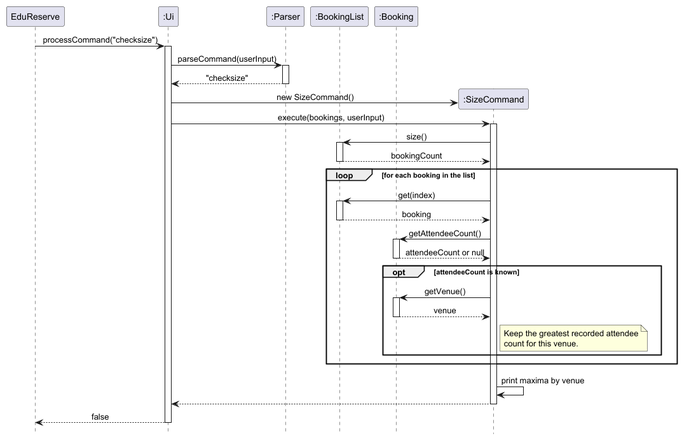
This is docs/UMLDiagrams/CheckSizeSequenceDiagram.png from AY2627S1-CS2113-W14-2/tp, a PlantUML export, as it was before one commit.
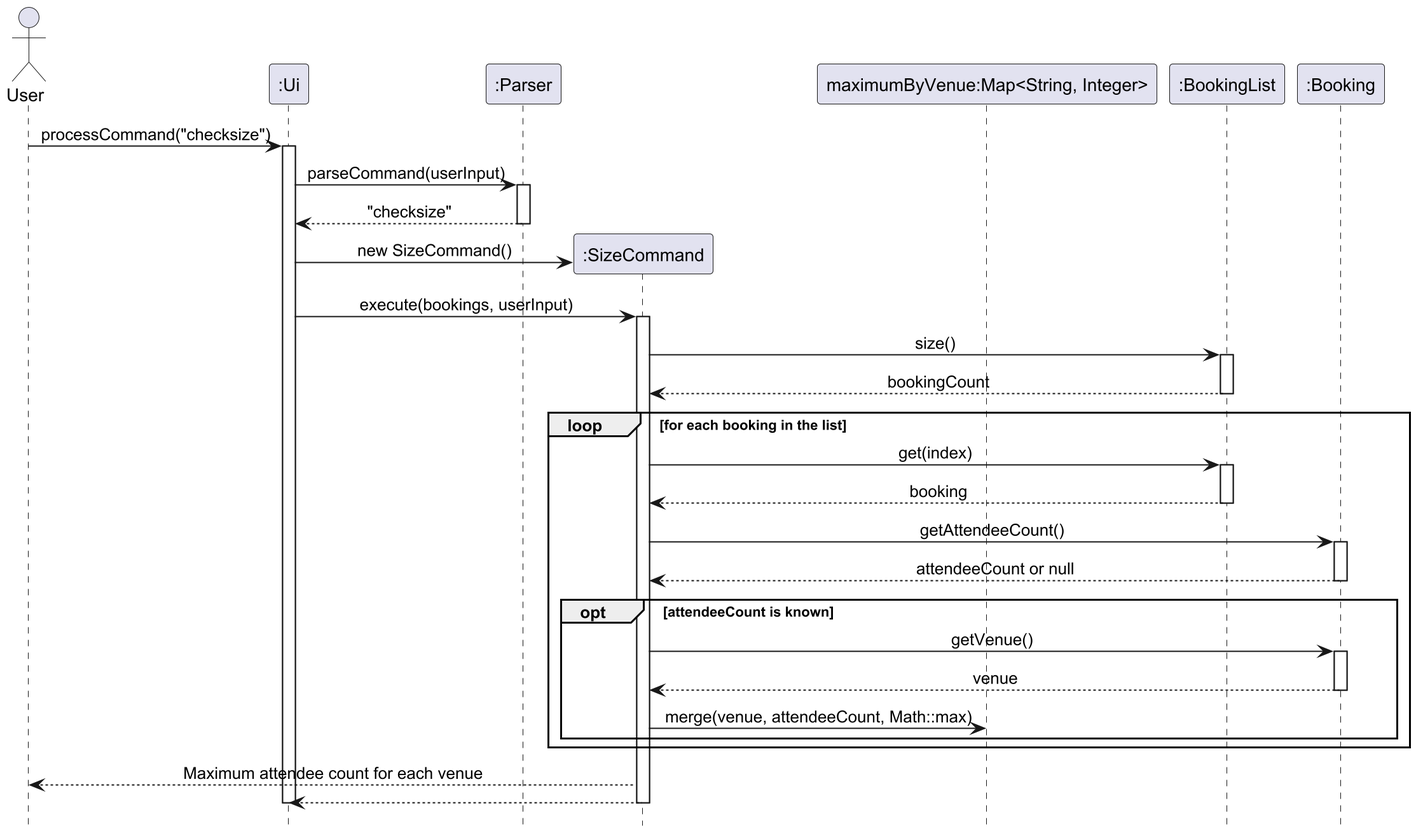
Later version of the same file.

What changed in the source:
```diff
@@ -3,20 +3,22 @@
 skinparam sequenceMessageAlign center
 hide footbox
 
-participant "EduReserve" as App
+actor User
 participant ":Ui" as UI
 participant ":Parser" as Parser
+participant ":SizeCommand" as Size
+participant "maximumByVenue:Map<String, Integer>" as Maxima
 participant ":BookingList" as Bookings
 participant ":Booking" as Booking
 
-App -> UI: processCommand("checksize")
+User -> UI: processCommand("checksize")
 activate UI
 UI -> Parser: parseCommand(userInput)
 activate Parser
 Parser --> UI: "checksize"
 deactivate Parser
 
-create participant ":SizeCommand" as Size
+create Size
 UI -> Size: new SizeCommand()
 UI -> Size: execute(bookings, userInput)
 activate Size
@@ -40,16 +42,12 @@
         activate Booking
         Booking --> Size: venue
         deactivate Booking
-        note right of Size
-            Keep the greatest recorded attendee
-            count for this venue.
-        end note
+        Size -> Maxima: merge(venue, attendeeCount, Math::max)
     end
 end
 
-Size -> Size: print maxima by venue
+Size --> User: Maximum attendee count for each venue
 Size --> UI
 deactivate Size
-UI --> App: false
 deactivate UI
 @enduml
```
